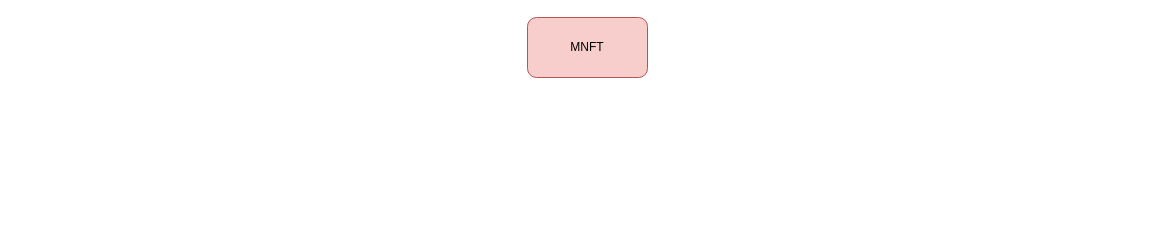
The draw.io diagram mnft.drawio in Deil12/deil12, before the edit. Source tidied: cells renumbered, new cells numbered last; positions are measured from the earlier drawing's top-left corner, leaving out a move shared by most shapes. Both pictures are drawn from the tidied source at 100%, with x=0, y=0 at pixel (527, 17).
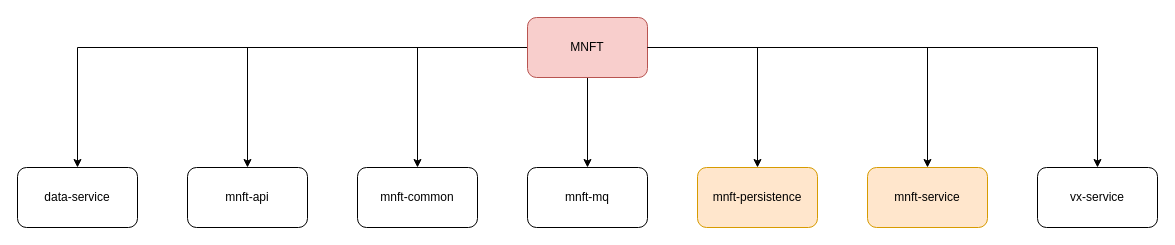
The same diagram, later.

Change to the diagram source:
```diff
@@
 <mxGraphModel>
   <root>
     <mxCell id="0" />
     <mxCell id="1" parent="0" />
+    <mxCell id="3" style="edgeStyle=orthogonalEdgeStyle;rounded=0;jettySize=auto;html=1;" parent="1" edge="1" source="2" target="8">
+      <mxGeometry relative="1" as="geometry" />
+    </mxCell>
+    <mxCell id="4" style="edgeStyle=orthogonalEdgeStyle;rounded=0;jettySize=auto;html=1;" parent="1" edge="1" source="2" target="9">
+      <mxGeometry relative="1" as="geometry" />
+    </mxCell>
+    <mxCell id="5" style="edgeStyle=orthogonalEdgeStyle;rounded=0;jettySize=auto;html=1;" parent="1" edge="1" source="2" target="10">
+      <mxGeometry relative="1" as="geometry" />
+    </mxCell>
+    <mxCell id="6" style="edgeStyle=orthogonalEdgeStyle;rounded=0;jettySize=auto;html=1;" parent="1" edge="1" source="2" target="11">
+      <mxGeometry relative="1" as="geometry" />
+    </mxCell>
+    <mxCell id="7" style="edgeStyle=orthogonalEdgeStyle;rounded=0;jettySize=auto;html=1;" parent="1" edge="1" source="2" target="13">
+      <mxGeometry relative="1" as="geometry" />
+    </mxCell>
     <mxCell id="2" value="MNFT" style="rounded=1;whiteSpace=wrap;html=1;fillColor=#f8cecc;strokeColor=#b85450;" parent="1" vertex="1">
       <mxGeometry width="120" height="60" as="geometry" />
     </mxCell>
+    <mxCell id="8" value="data-service" style="rounded=1;whiteSpace=wrap;html=1;" parent="1" vertex="1">
+      <mxGeometry x="-510" y="150" width="120" height="60" as="geometry" />
+    </mxCell>
+    <mxCell id="9" value="mnft-api" style="rounded=1;whiteSpace=wrap;html=1;" parent="1" vertex="1">
+      <mxGeometry x="-340" y="150" width="120" height="60" as="geometry" />
+    </mxCell>
+    <mxCell id="10" value="mnft-common" style="rounded=1;whiteSpace=wrap;html=1;" parent="1" vertex="1">
+      <mxGeometry x="-170" y="150" width="120" height="60" as="geometry" />
+    </mxCell>
+    <mxCell id="11" value="mnft-mq" style="rounded=1;whiteSpace=wrap;html=1;" parent="1" vertex="1">
+      <mxGeometry y="150" width="120" height="60" as="geometry" />
+    </mxCell>
+    <mxCell id="12" style="edgeStyle=orthogonalEdgeStyle;rounded=0;jettySize=auto;html=1;" parent="1" edge="1" source="2" target="15">
+      <mxGeometry relative="1" as="geometry" />
+    </mxCell>
+    <mxCell id="13" value="mnft-persistence" style="rounded=1;whiteSpace=wrap;html=1;fillColor=#ffe6cc;strokeColor=#d79b00;" parent="1" vertex="1">
+      <mxGeometry x="170" y="150" width="120" height="60" as="geometry" />
+    </mxCell>
+    <mxCell id="14" style="edgeStyle=orthogonalEdgeStyle;rounded=0;jettySize=auto;html=1;exitX=1;exitY=0.5;exitDx=0;exitDy=0;" parent="1" edge="1" source="2" target="16">
+      <mxGeometry relative="1" as="geometry" />
+    </mxCell>
+    <mxCell id="15" value="mnft-service" style="rounded=1;whiteSpace=wrap;html=1;fillColor=#ffe6cc;strokeColor=#d79b00;" parent="1" vertex="1">
+      <mxGeometry x="340" y="150" width="120" height="60" as="geometry" />
+    </mxCell>
+    <mxCell id="16" value="vx-service" style="rounded=1;whiteSpace=wrap;html=1;" parent="1" vertex="1">
+      <mxGeometry x="510" y="150" width="120" height="60" as="geometry" />
+    </mxCell>
   </root>
 </mxGraphModel>
```
